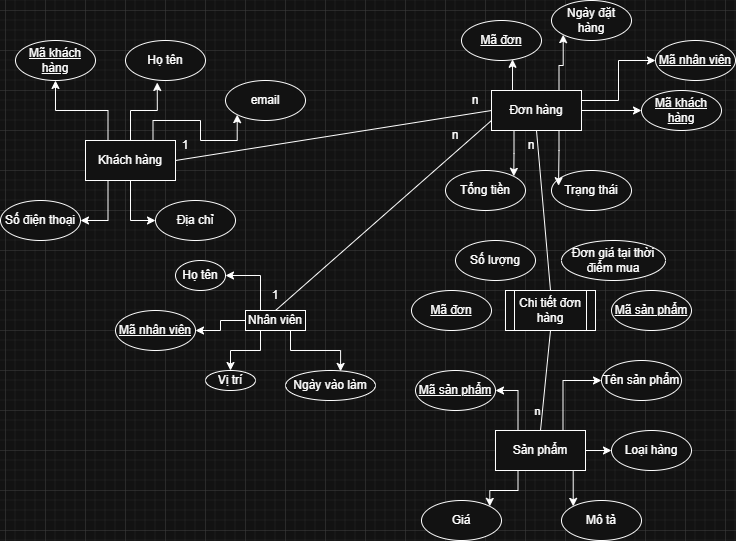
This is Session1_BT2/Session1_BT2.drawio.png from Chuongpham2004/PostgreSQL_Homework, a draw.io export, as it was before one commit. Source tidied: cells renumbered, new cells last; positions are measured from the earlier drawing's top-left corner, leaving out a move shared by most shapes.
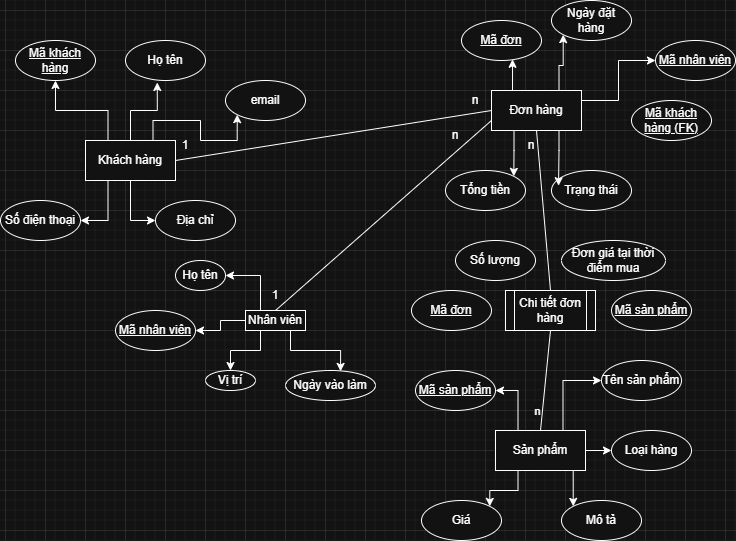
After the commit.

What changed in the source:
```diff
@@ -35,9 +35,6 @@
     <mxCell id="12" style="edgeStyle=orthogonalEdgeStyle;rounded=0;jettySize=auto;html=1;exitX=0.25;exitY=1;exitDx=0;exitDy=0;entryX=1;entryY=0;entryDx=0;entryDy=0;" parent="1" edge="1" source="15" target="43">
       <mxGeometry relative="1" as="geometry" />
     </mxCell>
-    <mxCell id="13" style="edgeStyle=orthogonalEdgeStyle;rounded=0;jettySize=auto;html=1;exitX=1;exitY=0.5;exitDx=0;exitDy=0;entryX=0;entryY=0.5;entryDx=0;entryDy=0;" parent="1" edge="1" source="15" target="59">
-      <mxGeometry relative="1" as="geometry" />
-    </mxCell>
     <mxCell id="14" style="edgeStyle=orthogonalEdgeStyle;rounded=0;jettySize=auto;html=1;exitX=1;exitY=0.25;exitDx=0;exitDy=0;entryX=0;entryY=0.5;entryDx=0;entryDy=0;" parent="1" edge="1" source="15" target="60">
       <mxGeometry relative="1" as="geometry" />
     </mxCell>
@@ -175,8 +172,8 @@
     <mxCell id="58" value="Mã sản phẩm" style="ellipse;whiteSpace=wrap;html=1;fontStyle=4;" parent="1" vertex="1">
       <mxGeometry x="611" y="290" width="80" height="40" as="geometry" />
     </mxCell>
-    <mxCell id="59" value="Mã khách hàng" style="ellipse;whiteSpace=wrap;html=1;fontStyle=4;" parent="1" vertex="1">
-      <mxGeometry x="641" y="90" width="80" height="40" as="geometry" />
+    <mxCell id="59" value="Mã khách hàng (FK)" style="ellipse;whiteSpace=wrap;html=1;fontStyle=4;" parent="1" vertex="1">
+      <mxGeometry x="631" y="100" width="80" height="40" as="geometry" />
     </mxCell>
     <mxCell id="60" value="Mã nhân viên" style="ellipse;whiteSpace=wrap;html=1;fontStyle=4;" parent="1" vertex="1">
       <mxGeometry x="655" y="40" width="80" height="40" as="geometry" />
```
